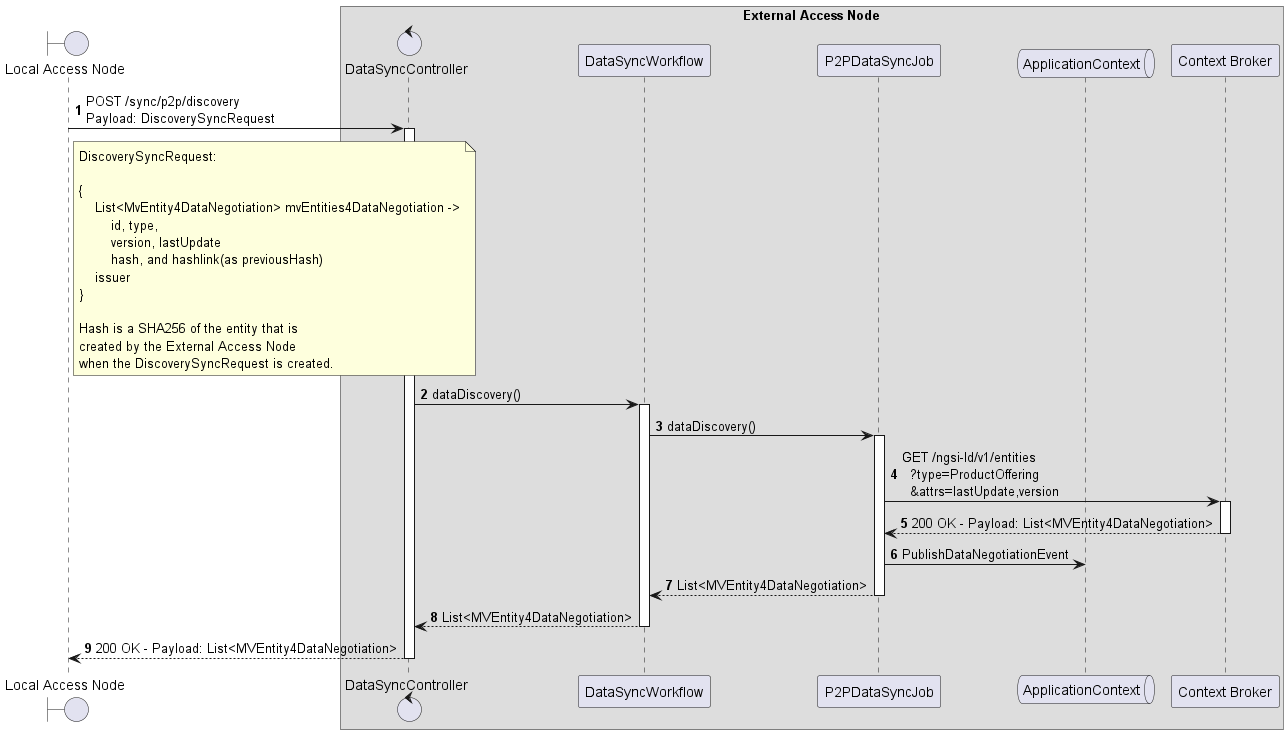
Earlier version of the PlantUML export desmos-tech-doc/images/use-case-data-synchronization-3-external_negotiation_1.png (in2workspace/in2-guides).
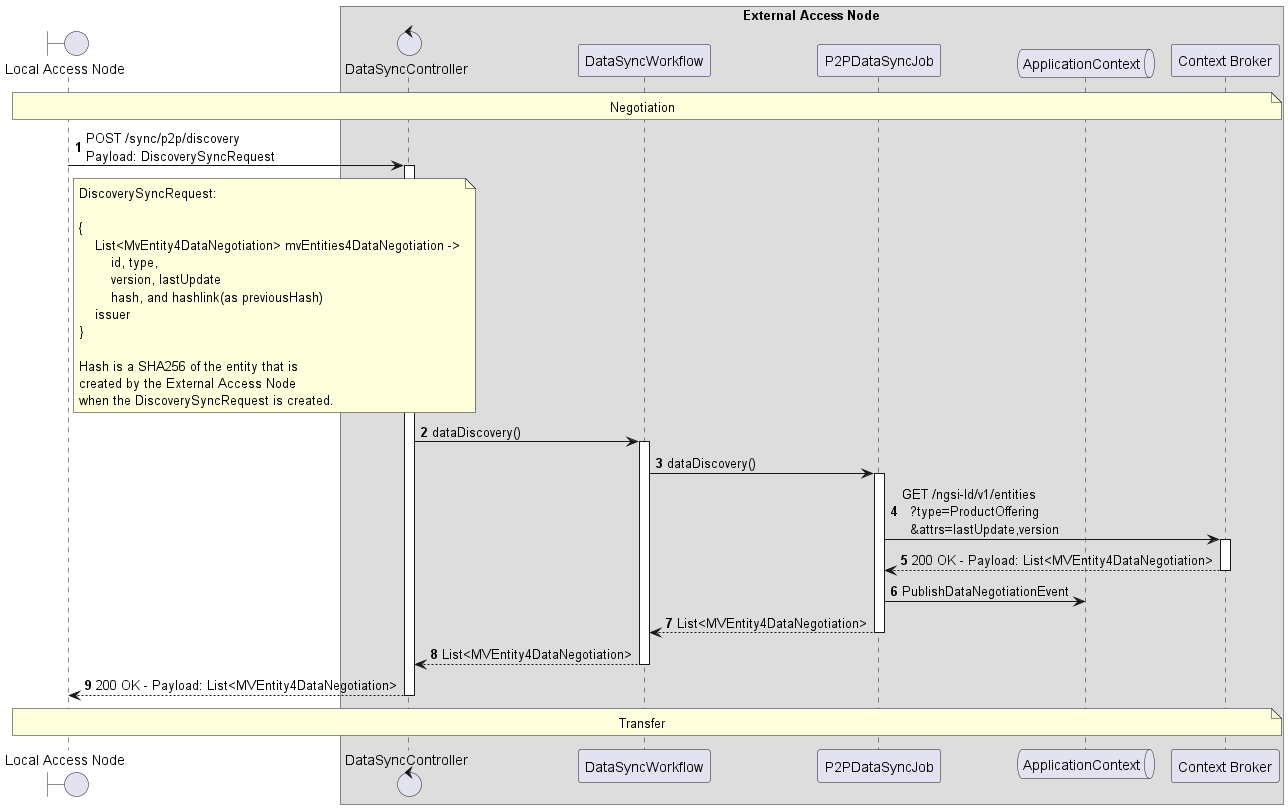
After the change.

Commit message:
feat(data-syncronization): add headers and footers to external operations

The edit, as a diff of the source:
```diff
@@ -16,6 +16,10 @@
 
 end box
 
+
+note over lan, cb
+    Negotiation
+end note
 
 lan -> data_sync_Controller++: POST /sync/p2p/discovery \nPayload: DiscoverySyncRequest
 
@@ -44,4 +48,8 @@
     return List<MVEntity4DataNegotiation>
 return 200 OK - Payload: List<MVEntity4DataNegotiation>
 
+note over lan, cb
+    Transfer
+end note
+
 @enduml
```
